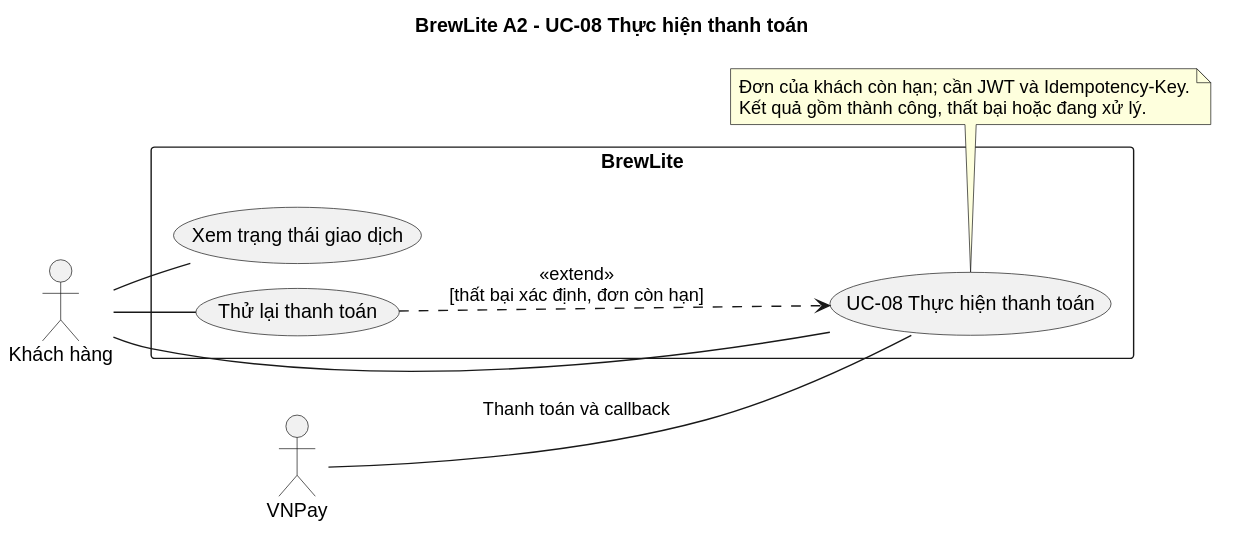
This is docs/diagrams/use-case-uc08.svg from Fatcatmmb-sudo/BrewLite_A2, a PlantUML export, as it was before one commit.
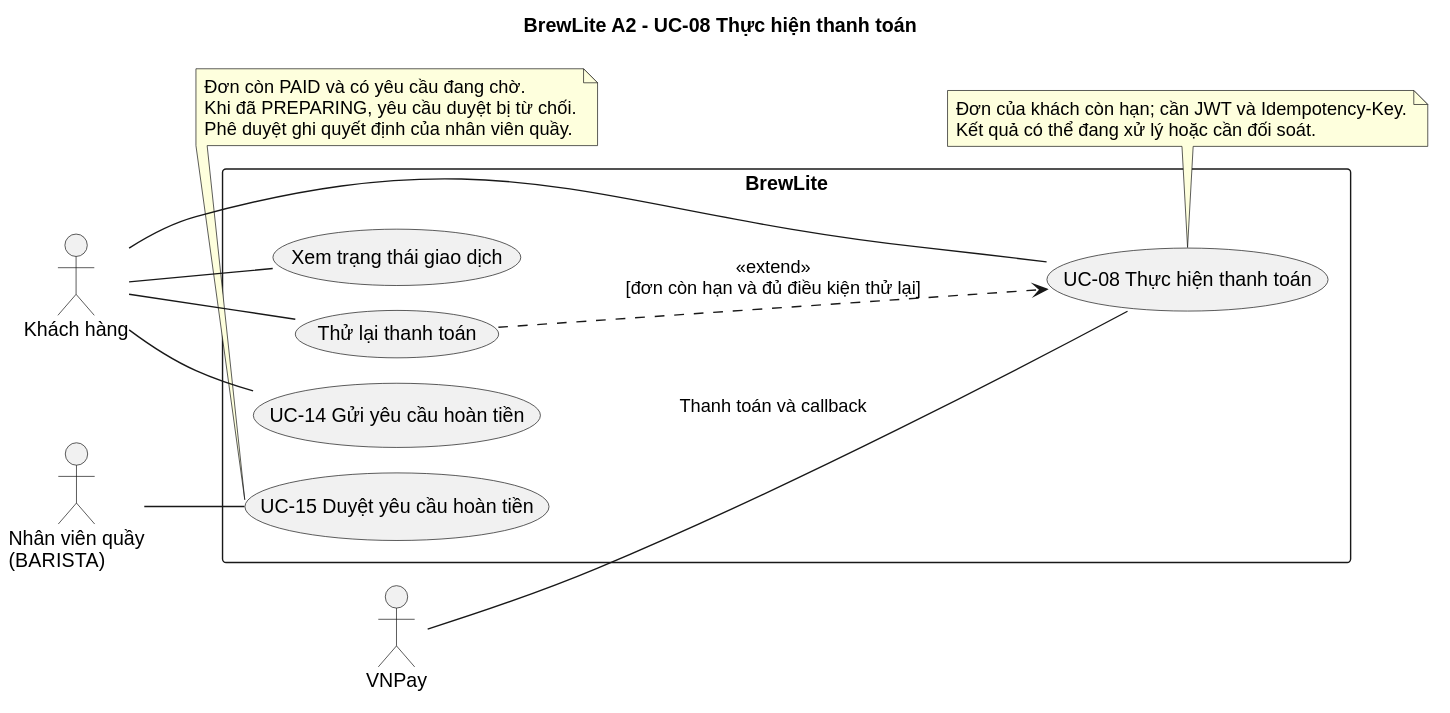
The same diagram one commit later.

The edit, as a diff of the source:
```diff
@@ -5,19 +5,29 @@
 skinparam defaultFontName Arial
 skinparam shadowing false
 actor "Khách hàng" as Customer
+actor "Nhân viên quầy\n(BARISTA)" as Staff
 actor "VNPay" as Gateway
 rectangle "BrewLite" {
   usecase "UC-08 Thực hiện thanh toán" as Pay
   usecase "Xem trạng thái giao dịch" as Status
   usecase "Thử lại thanh toán" as Retry
-  Retry ..> Pay : <<extend>>\n[thất bại xác định, đơn còn hạn]
+  usecase "UC-14 Gửi yêu cầu hoàn tiền" as RefundRequest
+  usecase "UC-15 Duyệt yêu cầu hoàn tiền" as RefundApproval
+  Retry ..> Pay : <<extend>>\n[đơn còn hạn và đủ điều kiện thử lại]
 }
 Customer -- Pay
 Customer -- Status
 Customer -- Retry
+Customer -- RefundRequest
+Staff -- RefundApproval
 Gateway -- Pay : Thanh toán và callback
+note bottom of RefundApproval
+  Đơn còn PAID và có yêu cầu đang chờ.
+  Khi đã PREPARING, yêu cầu duyệt bị từ chối.
+  Phê duyệt ghi quyết định của nhân viên quầy.
+end note
 note bottom of Pay
   Đơn của khách còn hạn; cần JWT và Idempotency-Key.
-  Kết quả gồm thành công, thất bại hoặc đang xử lý.
+  Kết quả có thể đang xử lý hoặc cần đối soát.
 end note
 @enduml
```
